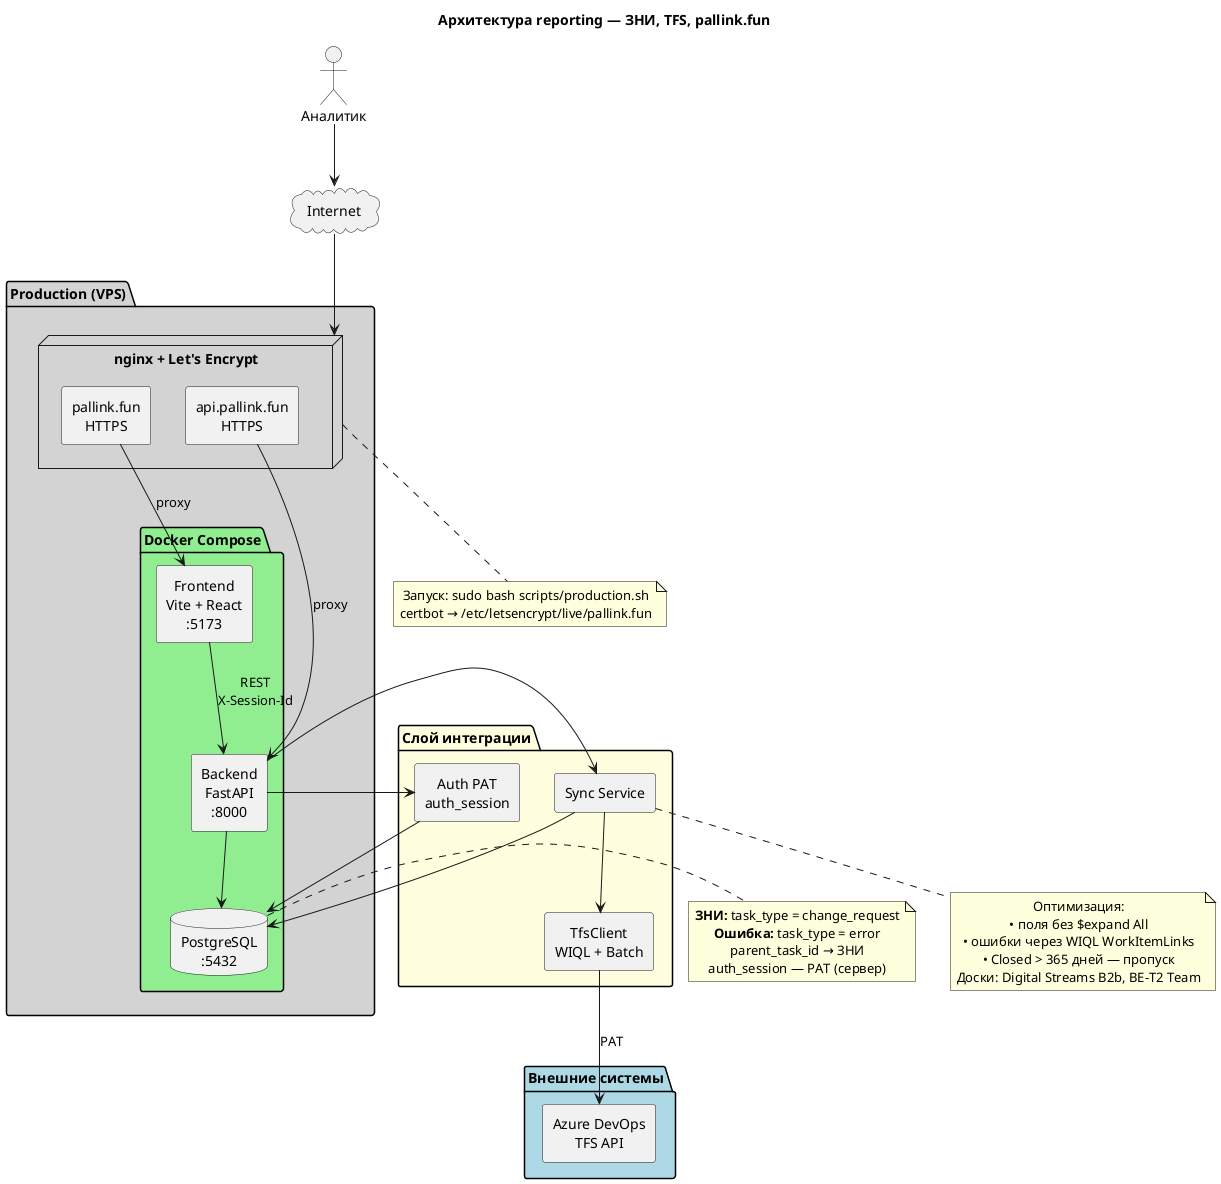
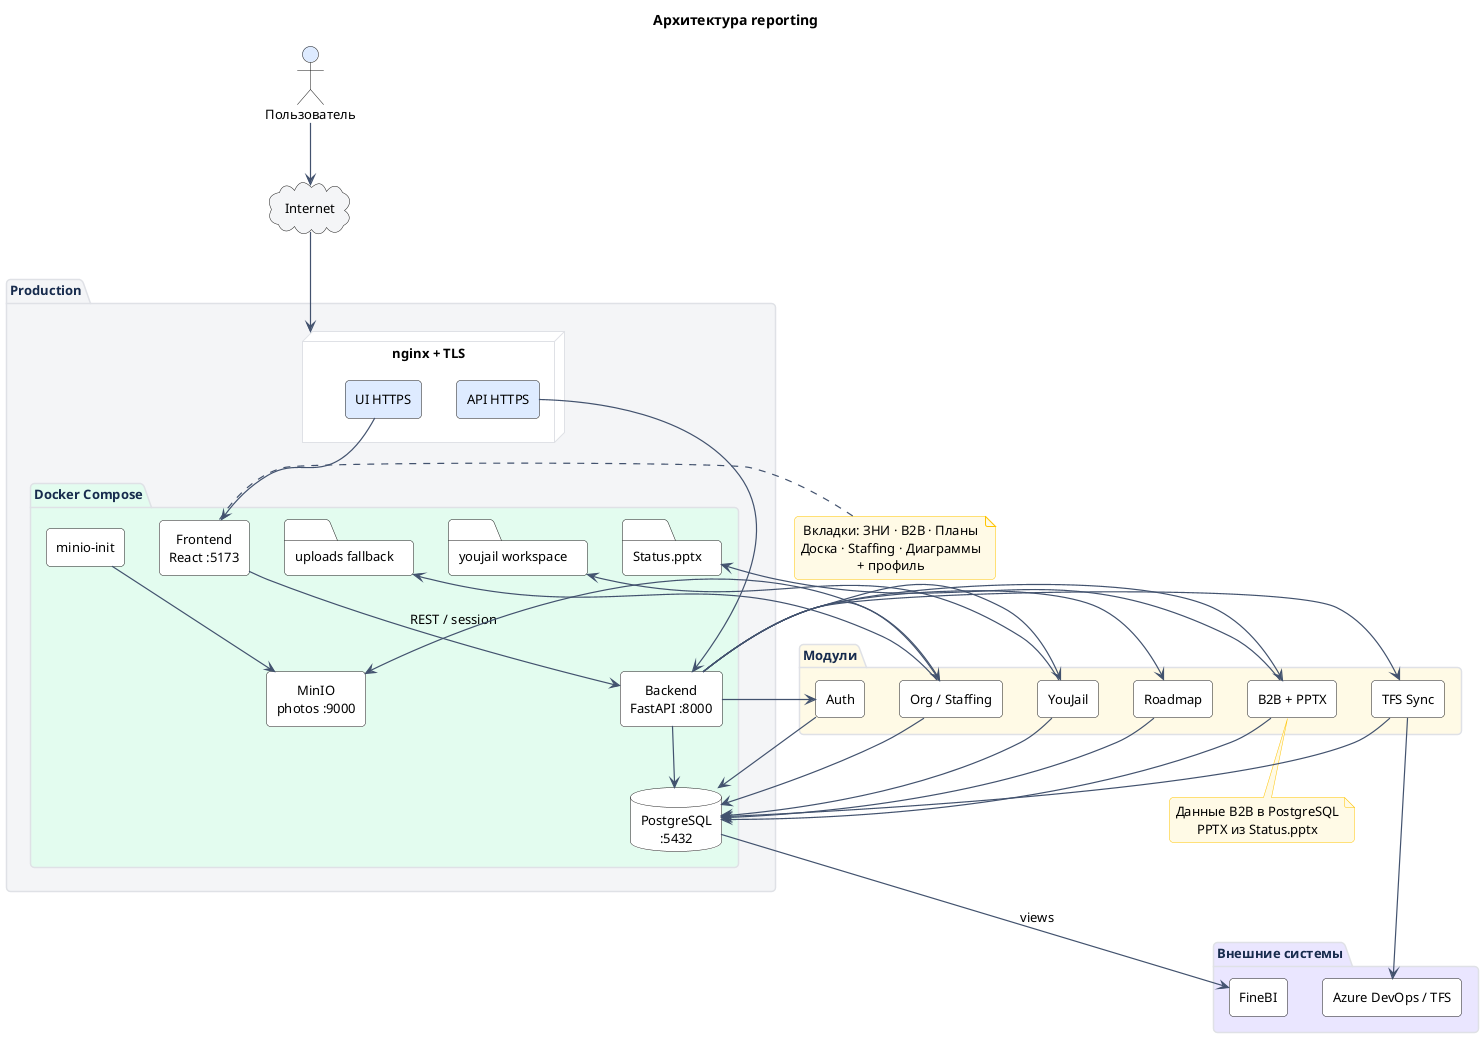
@startuml architecture
- title Архитектура reporting — ЗНИ, TFS, pallink.fun
+ title Архитектура reporting

+ skinparam shadowing false
+ skinparam roundCorner 8
+ skinparam defaultFontName "Segoe UI"
+ skinparam defaultFontSize 13
+ skinparam defaultTextAlignment center
skinparam componentStyle rectangle
- skinparam defaultTextAlignment center
+ skinparam ArrowColor #42526E
+ skinparam ArrowThickness 1.2
+ skinparam noteBackgroundColor #FFFAE6
+ skinparam noteBorderColor #FFC400
+ skinparam packageBorderColor #DFE1E6
+ skinparam packageFontColor #172B4D
+ skinparam packageTitleAlignment left

- actor "Аналитик" as analyst
+ actor "Пользователь" as user #DEEBFF

- cloud "Internet" as inet
+ cloud "Internet" as inet #F4F5F7

- package "Production (VPS)" #LightGray {
-   node "nginx + Let's Encrypt" as nginx {
-     [pallink.fun\nHTTPS] as fe_ssl
-     [api.pallink.fun\nHTTPS] as api_ssl
+ package "Production" #F4F5F7 {
+   node "nginx + TLS" as nginx #FFFFFF {
+     [UI HTTPS] as fe_ssl #DEEBFF
+     [API HTTPS] as api_ssl #DEEBFF
  }

-   package "Docker Compose" #LightGreen {
-     [Frontend\nVite + React\n:5173] as fe
-     [Backend\nFastAPI\n:8000] as api
-     database "PostgreSQL\n:5432" as pg
+   package "Docker Compose" #E3FCEF {
+     [Frontend\nReact :5173] as fe #FFFFFF
+     [Backend\nFastAPI :8000] as api #FFFFFF
+     database "PostgreSQL\n:5432" as pg #FFFFFF
+     [MinIO\nphotos :9000] as minio #FFFFFF
+     [minio-init] as minioinit #FFFFFF
+     folder "youjail workspace" as yjfs #FFFFFF
+     folder "uploads fallback" as uploads #FFFFFF
+     folder "Status.pptx" as pptx #FFFFFF
  }
}

- package "Внешние системы" #LightBlue {
-   [Azure DevOps\nTFS API] as tfs
+ package "Внешние системы" #EAE6FF {
+   [Azure DevOps / TFS] as tfs #FFFFFF
+   [FineBI] as finebi #FFFFFF
}

- package "Слой интеграции" #LightYellow {
-   [TfsClient\nWIQL + Batch] as client
-   [Sync Service] as sync
-   [Auth PAT\nauth_session] as auth
+ package "Модули" #FFFAE6 {
+   [Auth] as auth #FFFFFF
+   [TFS Sync] as sync #FFFFFF
+   [Org / Staffing] as org #FFFFFF
+   [YouJail] as yj #FFFFFF
+   [B2B + PPTX] as b2b #FFFFFF
+   [Roadmap] as roadmap #FFFFFF
}

- analyst --> inet
+ user --> inet
inet --> nginx
- fe_ssl --> fe : proxy
- api_ssl --> api : proxy
- fe --> api : REST\nX-Session-Id
+ fe_ssl --> fe
+ api_ssl --> api
+ fe --> api : REST / session

api --> auth
api --> sync
+ api --> org
+ api --> yj
+ api --> b2b
+ api --> roadmap
api --> pg
auth --> pg
- sync --> client
+ sync --> tfs
sync --> pg
- client --> tfs : PAT
+ org --> pg
+ org --> minio
+ org --> uploads
+ yj --> pg
+ yj --> yjfs
+ b2b --> pg
+ b2b --> pptx
+ roadmap --> pg
+ minioinit --> minio
+ pg --> finebi : views

- note right of pg
-   **ЗНИ:** task_type = change_request
-   **Ошибка:** task_type = error
-   parent_task_id → ЗНИ
-   auth_session — PAT (сервер)
+ note right of fe
+   Вкладки: ЗНИ · B2B · Планы
+   Доска · Staffing · Диаграммы
+   + профиль
end note

- note bottom of sync
-   Оптимизация:
-   • поля без $expand All
-   • ошибки через WIQL WorkItemLinks
-   • Closed > 365 дней — пропуск
-   Доски: Digital Streams B2b, BE-T2 Team
- end note
- 
- note bottom of nginx
-   Запуск: sudo bash scripts/production.sh
-   certbot → /etc/letsencrypt/live/pallink.fun
+ note bottom of b2b
+   Данные B2B в PostgreSQL
+   PPTX из Status.pptx
end note

@enduml
